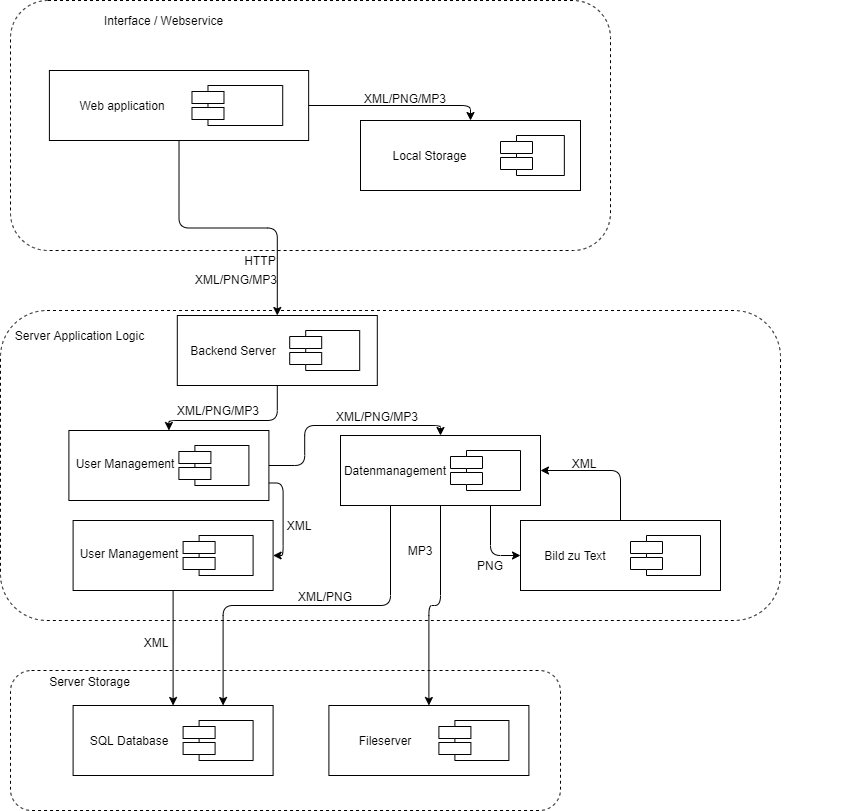
The draw.io diagram technische Beschreibung/systemarchitekturdiagramm.png in MindCollector-Softwareprojekt2021/MindCollector, before a commit. Source tidied: cells renumbered, new cells last; positions are measured from the earlier drawing's top-left corner, leaving out a move shared by most shapes.
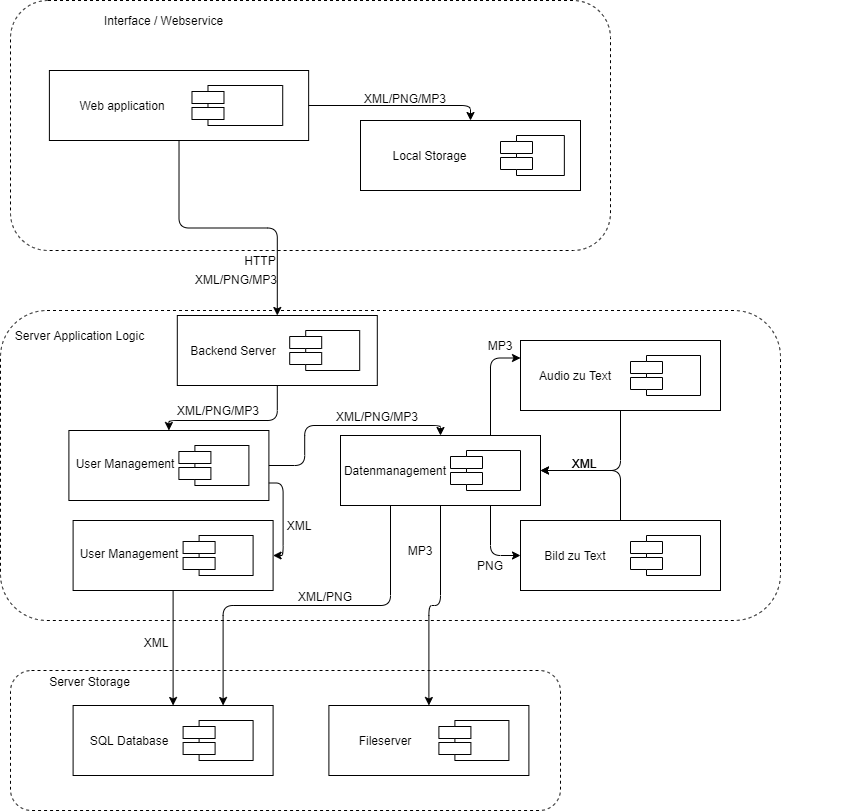
The same diagram one commit later.

What changed in the source:
```diff
@@ -106,6 +106,30 @@
     <mxCell id="34" value="XML" style="text;html=1;strokeColor=none;fillColor=none;align=center;verticalAlign=middle;whiteSpace=wrap;rounded=0;" parent="2" vertex="1">
       <mxGeometry x="279.2" y="205" width="40" height="20" as="geometry" />
     </mxCell>
+    <mxCell id="67" style="shape=component;align=left;spacingLeft=36;rounded=0;shadow=0;comic=0;labelBackgroundColor=none;strokeWidth=1;fontFamily=Verdana;fontSize=12;html=1;" parent="2" vertex="1">
+      <mxGeometry x="620" y="35" width="70" height="40" as="geometry" />
+    </mxCell>
+    <mxCell id="68" style="html=1;rounded=0;shadow=0;comic=0;labelBackgroundColor=none;strokeWidth=1;fontFamily=Verdana;fontSize=12;align=center;" parent="2" vertex="1">
+      <mxGeometry x="520" y="30" width="200" height="70" as="geometry" />
+    </mxCell>
+    <mxCell id="69" style="shape=component;align=left;spacingLeft=36;rounded=0;shadow=0;comic=0;labelBackgroundColor=none;strokeWidth=1;fontFamily=Verdana;fontSize=12;html=1;" parent="2" vertex="1">
+      <mxGeometry x="630" y="45" width="70" height="40" as="geometry" />
+    </mxCell>
+    <mxCell id="70" value="Audio zu Text" style="text;html=1;strokeColor=none;fillColor=none;align=center;verticalAlign=middle;whiteSpace=wrap;rounded=0;dashed=1;" parent="2" vertex="1">
+      <mxGeometry x="510" y="55" width="129.6" height="20" as="geometry" />
+    </mxCell>
+    <mxCell id="71" style="endArrow=classic;html=1;entryX=0;entryY=0.25;entryDx=0;entryDy=0;edgeStyle=orthogonalEdgeStyle;endFill=1;exitX=0.75;exitY=0;exitDx=0;exitDy=0;" parent="2" edge="1" source="14" target="68">
+      <mxGeometry relative="1" as="geometry" />
+    </mxCell>
+    <mxCell id="72" value="MP3" style="text;html=1;strokeColor=none;fillColor=none;align=center;verticalAlign=middle;whiteSpace=wrap;rounded=0;" parent="2" vertex="1">
+      <mxGeometry x="480" y="25" width="40" height="20" as="geometry" />
+    </mxCell>
+    <mxCell id="73" style="endArrow=classic;html=1;entryX=1;entryY=0.5;entryDx=0;entryDy=0;edgeStyle=orthogonalEdgeStyle;endFill=1;exitX=0.5;exitY=1;exitDx=0;exitDy=0;" parent="2" edge="1" source="68" target="14">
+      <mxGeometry relative="1" as="geometry" />
+    </mxCell>
+    <mxCell id="74" value="XML" style="text;html=1;strokeColor=none;fillColor=none;align=center;verticalAlign=middle;whiteSpace=wrap;rounded=0;" parent="73" vertex="1">
+      <mxGeometry x="563.9" y="142.5" width="40" height="20" as="geometry" />
+    </mxCell>
     <mxCell id="35" style="group;" parent="1" vertex="1">
       <mxGeometry x="10" width="840" height="250" as="geometry" />
     </mxCell>
```
